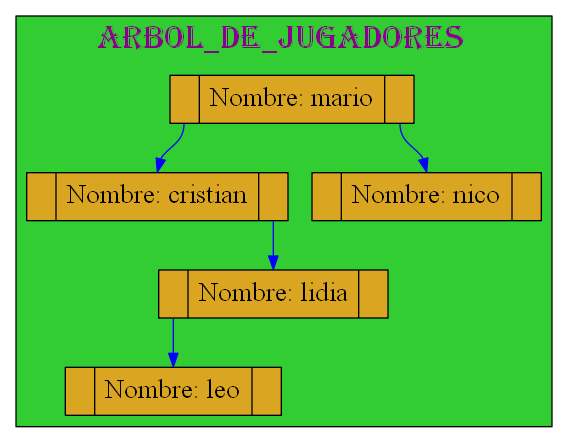
This is Graficas/Arbol_Jugadores.dot.png from mariotun/EDD_1S2020_PY1_201602942, a Graphviz export, as it was before one commit. Its source is kept beside it as Graficas/Arbol_Jugadores.dot.
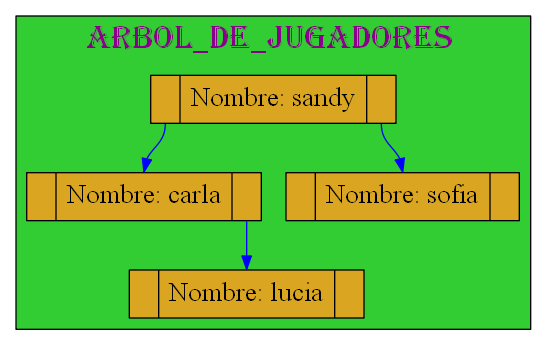
Later version of the same file.

Diff of the diagram source:
```diff
@@ -11,19 +11,15 @@
 node[shape=record,height=0.5 style=filled fontcolor=black fillcolor=goldenrod fontsize=20 ];
 
 
-25770483616[label="<f0> |<f1>Nombre: mario |<f2> " ];
-25770483472[label="<f0> |<f1>Nombre: cristian |<f2>" ]
-25770484528[label="<f0> |<f1>Nombre: lidia |<f2>" ]
-25770484528[label="<f0> |<f1>Nombre: lidia |<f2>" ]
-25770483872[label="<f0> |<f1>Nombre: leo |<f2>" ]
-25770483872[label="<f0> |<f1>Nombre: leo |<f2>" ]
-25770483872[label="<f0> |<f1>Nombre: leo |<f2>" ]
-25770500480[label="<f0> |<f1>Nombre: nico |<f2>" ]
+25770483664[label="<f0> |<f1>Nombre: sandy |<f2> " ];
+25770483920[label="<f0> |<f1>Nombre: carla |<f2>" ]
+25770483392[label="<f0> |<f1>Nombre: lucia |<f2>" ]
+25770483392[label="<f0> |<f1>Nombre: lucia |<f2>" ]
+25770483232[label="<f0> |<f1>Nombre: sofia |<f2>" ]
 
-25770483616:f0->25770483472:f1 [color=blue]
-25770483472:f2->25770484528:f1 [color=blue ]
-25770484528:f0->25770483872:f1 [color=blue]
-25770483616:f2->25770500480:f1 [color=blue ]
+25770483664:f0->25770483920:f1 [color=blue]
+25770483920:f2->25770483392:f1 [color=blue ]
+25770483664:f2->25770483232:f1 [color=blue ]
 
  }
 
```
